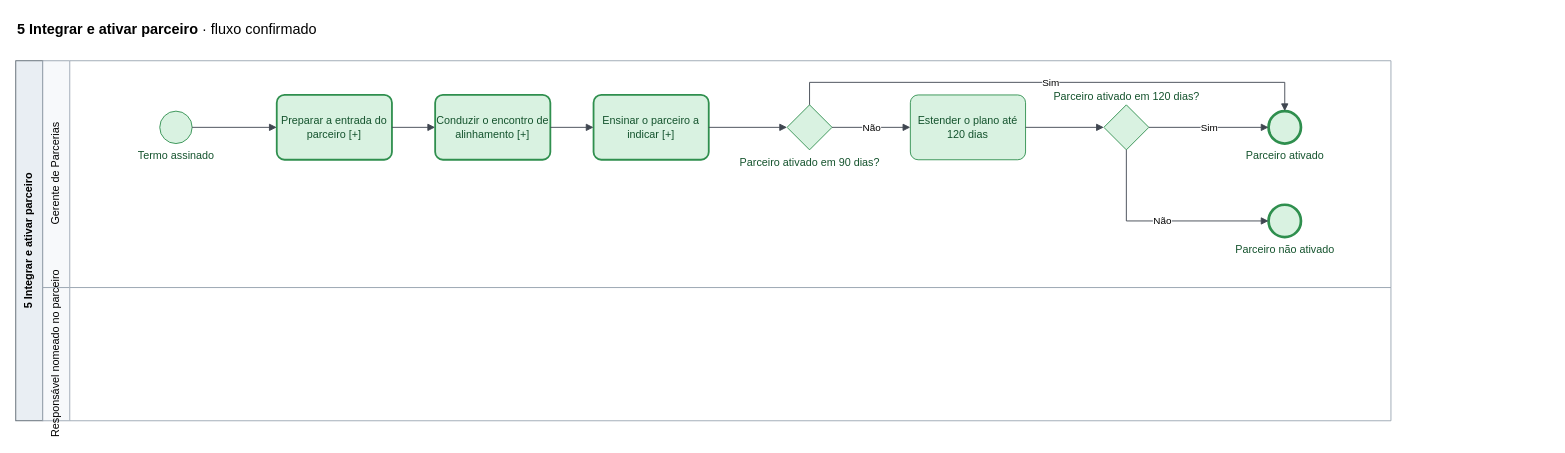
This is page "5 Integrar e ativar parceiro" (10 of 21) of mapeamentos/wise-partners-to-be/saidas/mapa.drawio from Guilherme-MFaccin/Wise-Partners, a draw.io file, before an edit. Source tidied: cells renumbered, new cells numbered last; positions are measured from the earlier drawing's top-left corner, leaving out a move shared by most shapes. Both pictures are drawn from the tidied source at 90%, with x=0, y=0 at pixel (15, 15).
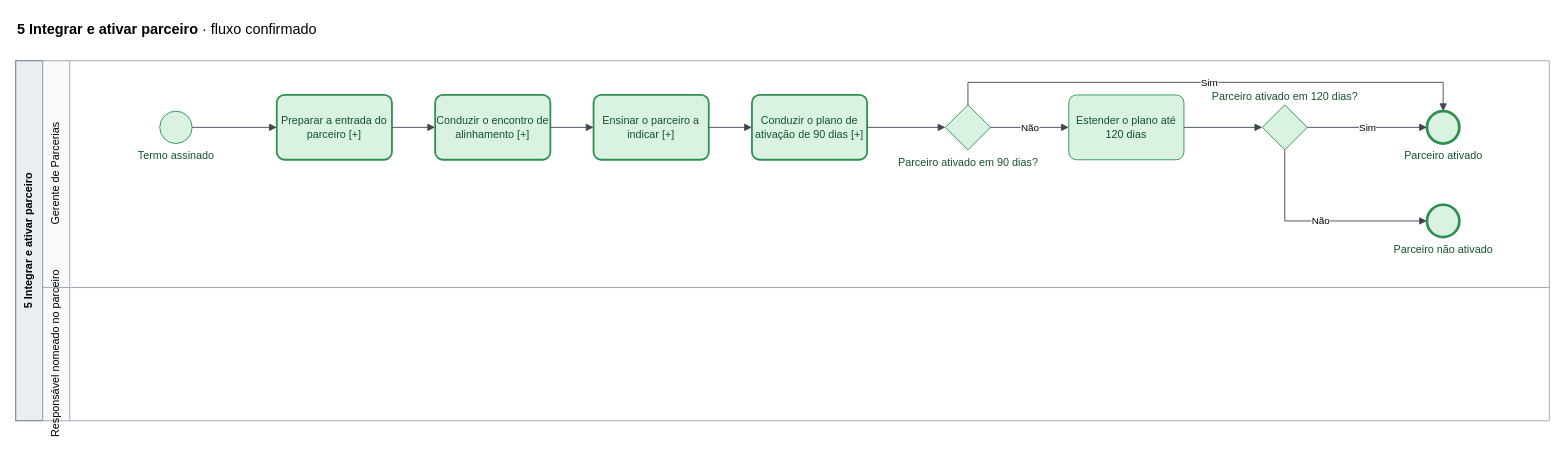
The same page after the edit.

The change refers to these unchanged cells:
```xml
<mxCell id="9" value="Ensinar o parceiro a indicar [+]" style="rounded=1;whiteSpace=wrap;html=1;arcSize=12;strokeWidth=2;fillColor=#D9F2E1;strokeColor=#2F8F4E;fontColor=#14532D;" parent="1" vertex="1">
  <mxGeometry x="642" y="88" width="128" height="72" as="geometry" />
</mxCell>
```

Diff of the diagram source:
```diff
@@
     <mxCell id="4" value="Gerente de Parcerias" style="swimlane;horizontal=0;startSize=30;html=1;fillColor=#F7F9FB;swimlaneFillColor=#FFFFFF;strokeColor=#9AA5B1;fontStyle=0;" parent="1" vertex="1">
-      <mxGeometry x="30" y="50" width="1498" height="252" as="geometry" />
+      <mxGeometry x="30" y="50" width="1674" height="252" as="geometry" />
     </mxCell>
     <mxCell id="5" value="Responsável nomeado no parceiro" style="swimlane;horizontal=0;startSize=30;html=1;fillColor=#F7F9FB;swimlaneFillColor=#FFFFFF;strokeColor=#9AA5B1;fontStyle=0;" parent="1" vertex="1">
-      <mxGeometry x="30" y="302" width="1498" height="148" as="geometry" />
+      <mxGeometry x="30" y="302" width="1674" height="148" as="geometry" />
     </mxCell>
@@
+    <mxCell id="24" value="Conduzir o plano de ativação de 90 dias [+]" style="rounded=1;whiteSpace=wrap;html=1;arcSize=12;strokeWidth=2;fillColor=#D9F2E1;strokeColor=#2F8F4E;fontColor=#14532D;" parent="1" vertex="1">
+      <mxGeometry x="818" y="88" width="128" height="72" as="geometry" />
+    </mxCell>
     <mxCell id="10" value="Parceiro ativado em 90 dias?" style="rhombus;html=1;fillColor=#D9F2E1;strokeColor=#2F8F4E;fontColor=#14532D;verticalLabelPosition=bottom;verticalAlign=top;labelPosition=center;align=center;" parent="1" vertex="1">
-      <mxGeometry x="857" y="99" width="50" height="50" as="geometry" />
+      <mxGeometry x="1033" y="99" width="50" height="50" as="geometry" />
     </mxCell>
     <mxCell id="11" value="Estender o plano até 120 dias" style="rounded=1;whiteSpace=wrap;html=1;arcSize=12;fillColor=#D9F2E1;strokeColor=#2F8F4E;fontColor=#14532D;" parent="1" vertex="1">
-      <mxGeometry x="994" y="88" width="128" height="72" as="geometry" />
+      <mxGeometry x="1170" y="88" width="128" height="72" as="geometry" />
     </mxCell>
     <mxCell id="12" value="Parceiro ativado em 120 dias?" style="rhombus;html=1;fillColor=#D9F2E1;strokeColor=#2F8F4E;fontColor=#14532D;verticalLabelPosition=top;verticalAlign=bottom;labelPosition=center;align=center;" parent="1" vertex="1">
-      <mxGeometry x="1209" y="99" width="50" height="50" as="geometry" />
+      <mxGeometry x="1385" y="99" width="50" height="50" as="geometry" />
     </mxCell>
     <mxCell id="13" value="Parceiro ativado" style="ellipse;html=1;strokeWidth=3;fillColor=#D9F2E1;strokeColor=#2F8F4E;fontColor=#14532D;verticalLabelPosition=bottom;verticalAlign=top;labelPosition=center;align=center;" parent="1" vertex="1">
-      <mxGeometry x="1392" y="106" width="36" height="36" as="geometry" />
+      <mxGeometry x="1568" y="106" width="36" height="36" as="geometry" />
     </mxCell>
     <mxCell id="14" value="Parceiro não ativado" style="ellipse;html=1;strokeWidth=3;fillColor=#D9F2E1;strokeColor=#2F8F4E;fontColor=#14532D;verticalLabelPosition=bottom;verticalAlign=top;labelPosition=center;align=center;" parent="1" vertex="1">
-      <mxGeometry x="1392" y="210" width="36" height="36" as="geometry" />
+      <mxGeometry x="1568" y="210" width="36" height="36" as="geometry" />
     </mxCell>
@@
-    <mxCell id="18" style="edgeStyle=orthogonalEdgeStyle;rounded=0;html=1;endArrow=block;endFill=1;strokeColor=#3F4650;" parent="1" edge="1" source="9" target="10">
-      <mxGeometry relative="1" as="geometry" />
+    <mxCell id="18" value="Sim" style="edgeStyle=orthogonalEdgeStyle;rounded=0;html=1;endArrow=block;endFill=1;strokeColor=#3F4650;" parent="1" edge="1" source="10" target="13">
+      <mxGeometry relative="1" as="geometry">
+        <Array as="points">
+          <mxPoint x="1058" y="74" />
+          <mxPoint x="1586" y="74" />
+        </Array>
+      </mxGeometry>
     </mxCell>
-    <mxCell id="19" value="Sim" style="edgeStyle=orthogonalEdgeStyle;rounded=0;html=1;endArrow=block;endFill=1;strokeColor=#3F4650;" parent="1" edge="1" source="10" target="13">
-      <mxGeometry relative="1" as="geometry">
-        <Array as="points">
-          <mxPoint x="882" y="74" />
-          <mxPoint x="1410" y="74" />
-        </Array>
-      </mxGeometry>
+    <mxCell id="19" value="Não" style="edgeStyle=orthogonalEdgeStyle;rounded=0;html=1;endArrow=block;endFill=1;strokeColor=#3F4650;" parent="1" edge="1" source="10" target="11">
+      <mxGeometry relative="1" as="geometry" />
     </mxCell>
-    <mxCell id="20" value="Não" style="edgeStyle=orthogonalEdgeStyle;rounded=0;html=1;endArrow=block;endFill=1;strokeColor=#3F4650;" parent="1" edge="1" source="10" target="11">
+    <mxCell id="20" style="edgeStyle=orthogonalEdgeStyle;rounded=0;html=1;endArrow=block;endFill=1;strokeColor=#3F4650;" parent="1" edge="1" source="11" target="12">
       <mxGeometry relative="1" as="geometry" />
     </mxCell>
-    <mxCell id="21" style="edgeStyle=orthogonalEdgeStyle;rounded=0;html=1;endArrow=block;endFill=1;strokeColor=#3F4650;" parent="1" edge="1" source="11" target="12">
+    <mxCell id="21" value="Sim" style="edgeStyle=orthogonalEdgeStyle;rounded=0;html=1;endArrow=block;endFill=1;strokeColor=#3F4650;" parent="1" edge="1" source="12" target="13">
       <mxGeometry relative="1" as="geometry" />
     </mxCell>
-    <mxCell id="22" value="Sim" style="edgeStyle=orthogonalEdgeStyle;rounded=0;html=1;endArrow=block;endFill=1;strokeColor=#3F4650;" parent="1" edge="1" source="12" target="13">
-      <mxGeometry relative="1" as="geometry" />
+    <mxCell id="22" value="Não" style="edgeStyle=orthogonalEdgeStyle;rounded=0;html=1;endArrow=block;endFill=1;strokeColor=#3F4650;" parent="1" edge="1" source="12" target="14">
+      <mxGeometry relative="1" as="geometry">
+        <Array as="points">
+          <mxPoint x="1410" y="228" />
+        </Array>
+      </mxGeometry>
     </mxCell>
-    <mxCell id="23" value="Não" style="edgeStyle=orthogonalEdgeStyle;rounded=0;html=1;endArrow=block;endFill=1;strokeColor=#3F4650;" parent="1" edge="1" source="12" target="14">
-      <mxGeometry relative="1" as="geometry">
-        <Array as="points">
-          <mxPoint x="1234" y="228" />
-        </Array>
-      </mxGeometry>
+    <mxCell id="23" style="edgeStyle=orthogonalEdgeStyle;rounded=0;html=1;endArrow=block;endFill=1;strokeColor=#3F4650;" parent="1" edge="1" source="9" target="24">
+      <mxGeometry relative="1" as="geometry" />
     </mxCell>
+    <mxCell id="25" style="edgeStyle=orthogonalEdgeStyle;rounded=0;html=1;endArrow=block;endFill=1;strokeColor=#3F4650;" parent="1" edge="1" source="24" target="10">
+      <mxGeometry relative="1" as="geometry" />
+    </mxCell>
```
